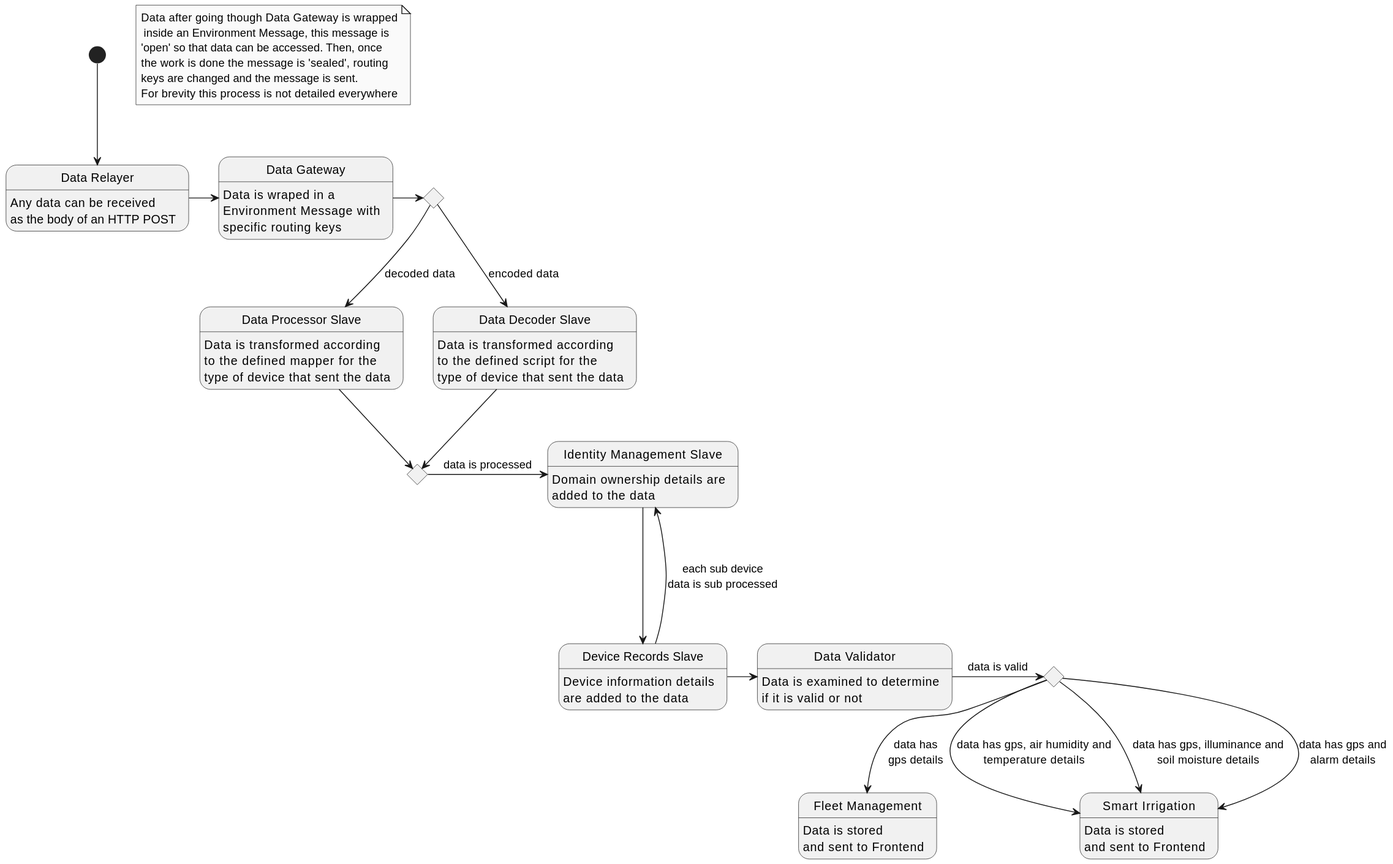
This is docs/flow/diagrams/data-flow.svg from FilipeMCruz/sensae-console, a PlantUML export, as it was before one commit.
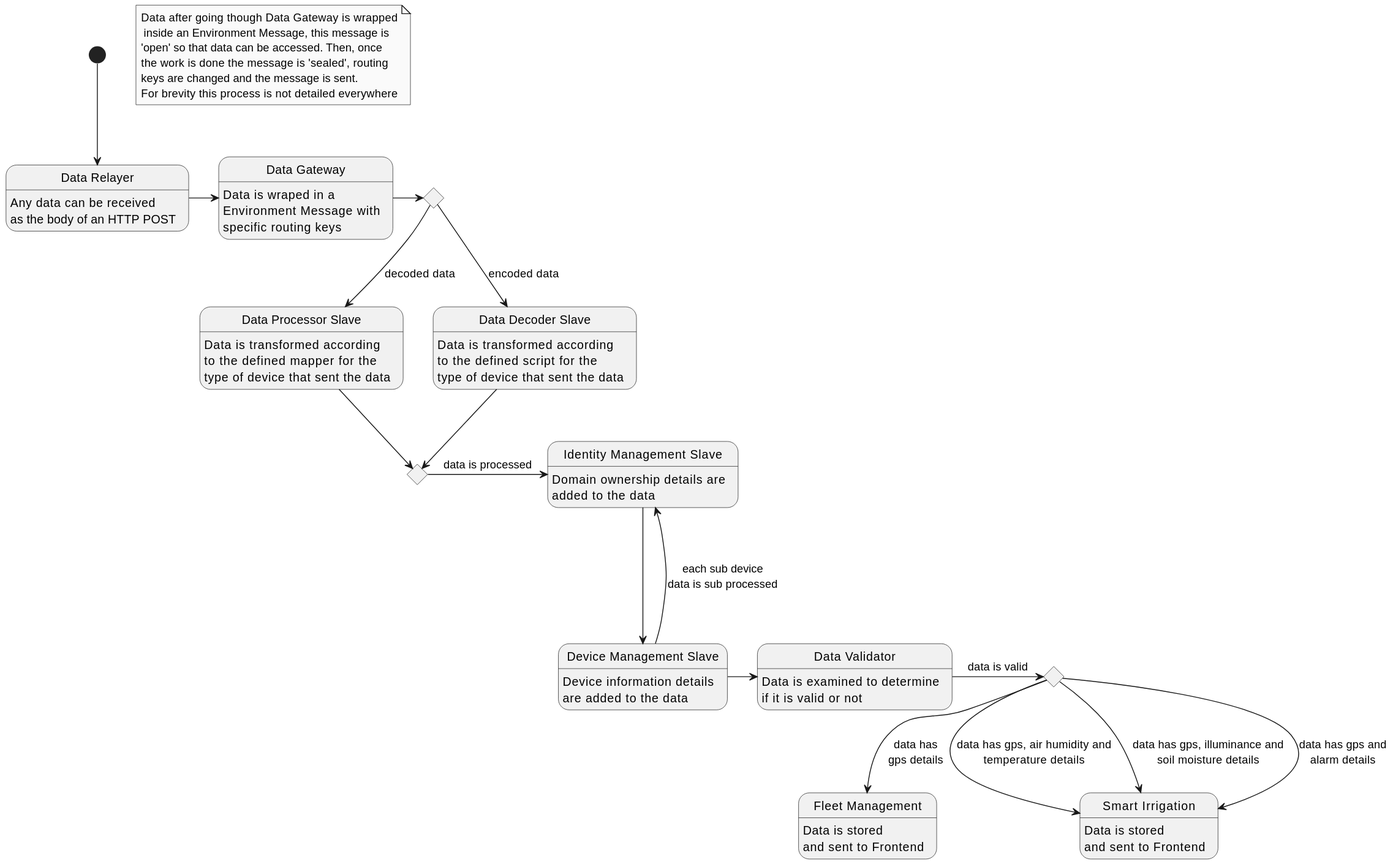
After the commit.

Commit message:
Updated docs with new info related to device domain ownership

Diff of the diagram source:
```diff
@@ -11,7 +11,7 @@
 state is_processed <<choice>>
 state "Identity Management Slave" as Identity
 state "Data Validator" as Validator
-state "Device Records Slave" as Records
+state "Device Management Slave" as Records
 state has_gps <<choice>>
 state "Fleet Management" as Fleet
 state "Smart Irrigation" as Irrigation
```
